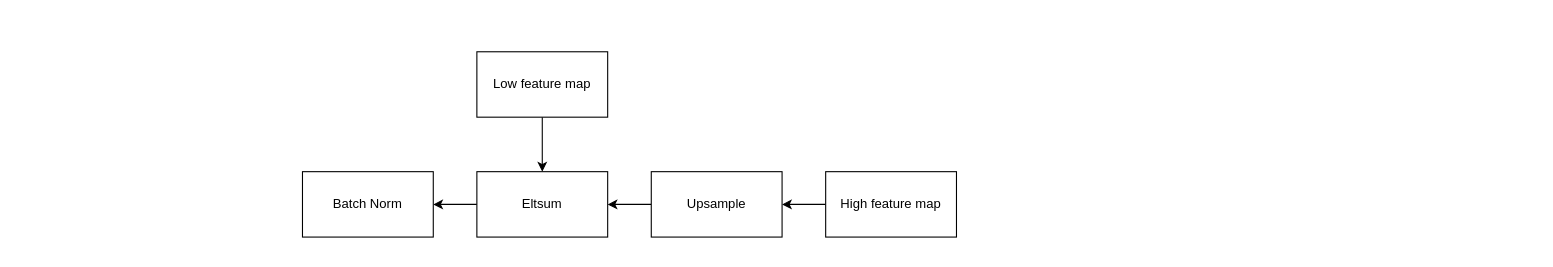
This is fig/Module_a.drawio from AakiraOtok/project_WPD, a draw.io file, before an edit. Source tidied: cells renumbered, new cells numbered last; positions are measured from the earlier drawing's top-left corner, leaving out a move shared by most shapes. Both pictures are drawn from the tidied source at 109%, with x=0, y=0 at pixel (302, 51).
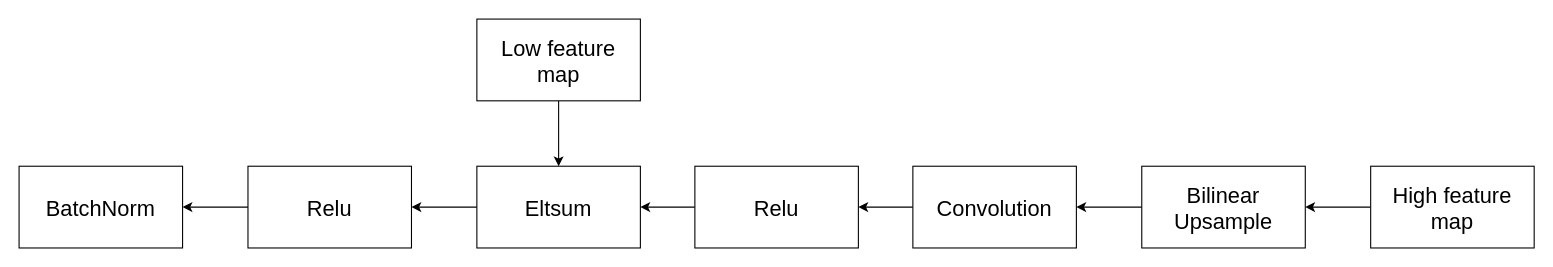
The same diagram, later.

What changed in the source:
```diff
@@
 <mxGraphModel>
   <root>
     <mxCell id="0" />
     <mxCell id="1" parent="0" />
-    <mxCell id="2" style="edgeStyle=orthogonalEdgeStyle;rounded=0;jettySize=auto;html=1;exitX=0.5;exitY=1;exitDx=0;exitDy=0;entryX=0.5;entryY=0;entryDx=0;entryDy=0;" parent="1" edge="1" source="3" target="9">
+    <mxCell id="2" style="edgeStyle=orthogonalEdgeStyle;rounded=0;jettySize=auto;html=1;exitX=0.5;exitY=1;exitDx=0;exitDy=0;entryX=0.5;entryY=0;entryDx=0;entryDy=0;fontFamily=Helvetica;fontSize=20;fontColor=default;" parent="1" edge="1" source="3" target="9">
       <mxGeometry relative="1" as="geometry" />
     </mxCell>
-    <mxCell id="3" value="Low feature map" style="rounded=0;whiteSpace=wrap;html=1;" parent="1" vertex="1">
-      <mxGeometry x="160" width="120" height="60" as="geometry" />
+    <mxCell id="3" value="Low feature map" style="rounded=0;whiteSpace=wrap;html=1;fontSize=20;" parent="1" vertex="1">
+      <mxGeometry x="160" y="-30" width="150" height="75" as="geometry" />
     </mxCell>
-    <mxCell id="4" style="edgeStyle=orthogonalEdgeStyle;rounded=0;jettySize=auto;html=1;exitX=0;exitY=0.5;exitDx=0;exitDy=0;entryX=1;entryY=0.5;entryDx=0;entryDy=0;" parent="1" edge="1" source="5" target="7">
+    <mxCell id="4" style="edgeStyle=orthogonalEdgeStyle;rounded=0;jettySize=auto;html=1;exitX=0;exitY=0.5;exitDx=0;exitDy=0;entryX=1;entryY=0.5;entryDx=0;entryDy=0;fontFamily=Helvetica;fontSize=20;fontColor=default;" parent="1" edge="1" source="5" target="7">
       <mxGeometry relative="1" as="geometry" />
     </mxCell>
-    <mxCell id="5" value="High feature map" style="rounded=0;whiteSpace=wrap;html=1;" parent="1" vertex="1">
-      <mxGeometry x="480" y="110" width="120" height="60" as="geometry" />
+    <mxCell id="5" value="Bilinear Upsample" style="rounded=0;whiteSpace=wrap;html=1;fontSize=20;" parent="1" vertex="1">
+      <mxGeometry x="770" y="105" width="150" height="75" as="geometry" />
     </mxCell>
-    <mxCell id="6" style="edgeStyle=orthogonalEdgeStyle;rounded=0;jettySize=auto;html=1;exitX=0;exitY=0.5;exitDx=0;exitDy=0;entryX=1;entryY=0.5;entryDx=0;entryDy=0;" parent="1" edge="1" source="7" target="9">
-      <mxGeometry relative="1" as="geometry" />
-    </mxCell>
+    <mxCell id="11" style="edgeStyle=orthogonalEdgeStyle;rounded=0;jettySize=auto;html=1;exitX=0;exitY=0.5;exitDx=0;exitDy=0;entryX=1;entryY=0.5;entryDx=0;entryDy=0;fontFamily=Helvetica;fontSize=20;fontColor=default;" parent="1" edge="1" source="7" target="17">
+      <mxGeometry relative="1" as="geometry" />
+    </mxCell>
-    <mxCell id="7" value="Upsample" style="rounded=0;whiteSpace=wrap;html=1;" parent="1" vertex="1">
-      <mxGeometry x="320" y="110" width="120" height="60" as="geometry" />
+    <mxCell id="7" value="Convolution" style="rounded=0;whiteSpace=wrap;html=1;fontSize=20;" parent="1" vertex="1">
+      <mxGeometry x="560" y="105" width="150" height="75" as="geometry" />
     </mxCell>
-    <mxCell id="8" style="edgeStyle=orthogonalEdgeStyle;rounded=0;jettySize=auto;html=1;exitX=0;exitY=0.5;exitDx=0;exitDy=0;entryX=1;entryY=0.5;entryDx=0;entryDy=0;" parent="1" edge="1" source="9" target="10">
+    <mxCell id="8" style="edgeStyle=orthogonalEdgeStyle;rounded=0;jettySize=auto;html=1;exitX=0;exitY=0.5;exitDx=0;exitDy=0;entryX=1;entryY=0.5;entryDx=0;entryDy=0;fontFamily=Helvetica;fontSize=20;fontColor=default;" parent="1" edge="1" source="9" target="10">
       <mxGeometry relative="1" as="geometry" />
     </mxCell>
-    <mxCell id="9" value="Eltsum" style="rounded=0;whiteSpace=wrap;html=1;" parent="1" vertex="1">
-      <mxGeometry x="160" y="110" width="120" height="60" as="geometry" />
+    <mxCell id="9" value="Eltsum" style="rounded=0;whiteSpace=wrap;html=1;fontSize=20;" parent="1" vertex="1">
+      <mxGeometry x="160" y="105" width="150" height="75" as="geometry" />
     </mxCell>
+    <mxCell id="12" style="edgeStyle=orthogonalEdgeStyle;rounded=0;jettySize=auto;html=1;exitX=0;exitY=0.5;exitDx=0;exitDy=0;entryX=1;entryY=0.5;entryDx=0;entryDy=0;fontFamily=Helvetica;fontSize=20;fontColor=default;" parent="1" edge="1" source="10" target="15">
+      <mxGeometry relative="1" as="geometry" />
+    </mxCell>
-    <mxCell id="10" value="Batch Norm" style="rounded=0;whiteSpace=wrap;html=1;" parent="1" vertex="1">
-      <mxGeometry y="110" width="120" height="60" as="geometry" />
+    <mxCell id="10" value="Relu" style="rounded=0;whiteSpace=wrap;html=1;fontSize=20;" parent="1" vertex="1">
+      <mxGeometry x="-50" y="105" width="150" height="75" as="geometry" />
     </mxCell>
+    <mxCell id="13" style="edgeStyle=orthogonalEdgeStyle;rounded=0;jettySize=auto;html=1;exitX=0;exitY=0.5;exitDx=0;exitDy=0;entryX=1;entryY=0.5;entryDx=0;entryDy=0;fontFamily=Helvetica;fontSize=20;fontColor=default;" parent="1" edge="1" source="14" target="5">
+      <mxGeometry relative="1" as="geometry" />
+    </mxCell>
+    <mxCell id="14" value="High feature map" style="rounded=0;whiteSpace=wrap;html=1;fontSize=20;" parent="1" vertex="1">
+      <mxGeometry x="980" y="105" width="150" height="75" as="geometry" />
+    </mxCell>
+    <mxCell id="15" value="BatchNorm" style="rounded=0;whiteSpace=wrap;html=1;fontSize=20;" parent="1" vertex="1">
+      <mxGeometry x="-260" y="105" width="150" height="75" as="geometry" />
+    </mxCell>
+    <mxCell id="16" style="edgeStyle=orthogonalEdgeStyle;rounded=0;jettySize=auto;html=1;exitX=0;exitY=0.5;exitDx=0;exitDy=0;entryX=1;entryY=0.5;entryDx=0;entryDy=0;fontFamily=Helvetica;fontSize=20;fontColor=default;" parent="1" edge="1" source="17" target="9">
+      <mxGeometry relative="1" as="geometry" />
+    </mxCell>
+    <mxCell id="17" value="Relu" style="rounded=0;whiteSpace=wrap;html=1;fontSize=20;" parent="1" vertex="1">
+      <mxGeometry x="360" y="105" width="150" height="75" as="geometry" />
+    </mxCell>
   </root>
 </mxGraphModel>
```
